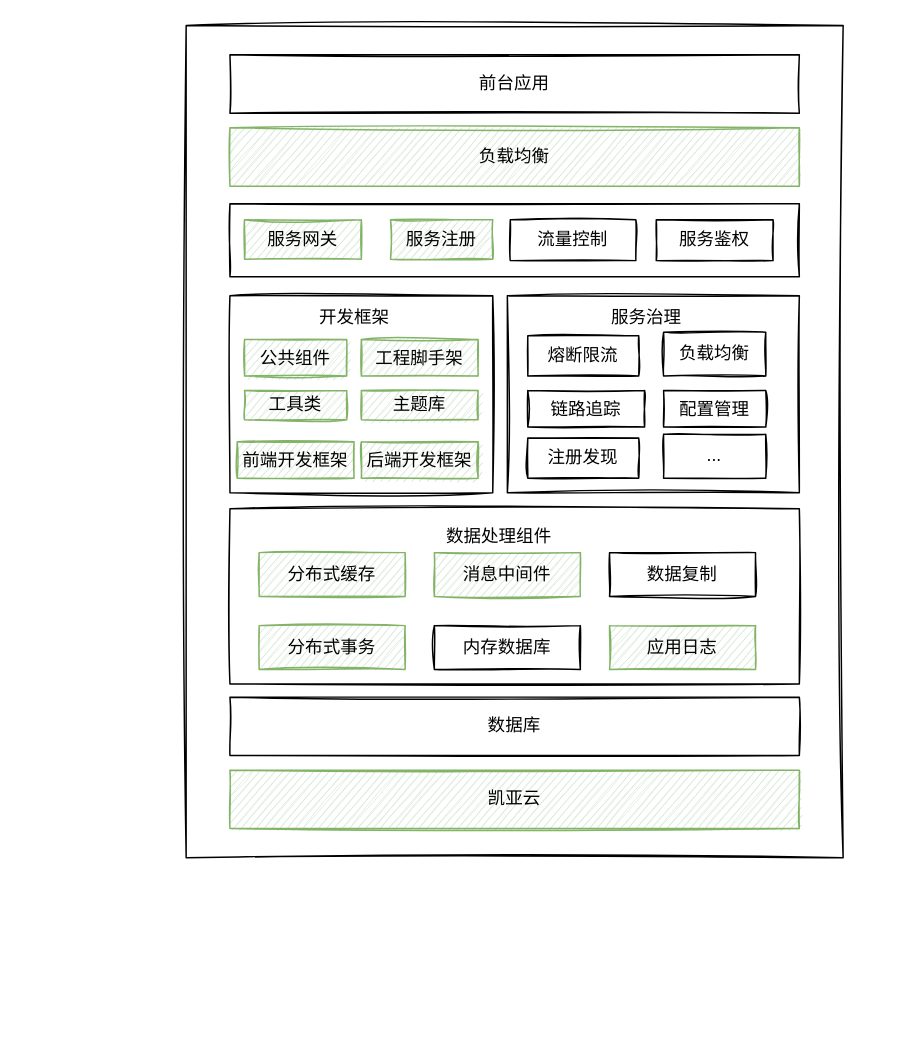
The draw.io diagram page "技术中台" (1 of 3) of 中台能力架构.drawio in huyunzhen/diagrams, before the edit. Source tidied: cells renumbered, new cells numbered last; positions are measured from the earlier drawing's top-left corner, leaving out a move shared by most shapes. Both pictures are drawn from the tidied source at 146%, with x=0, y=0 at pixel (185, 25).
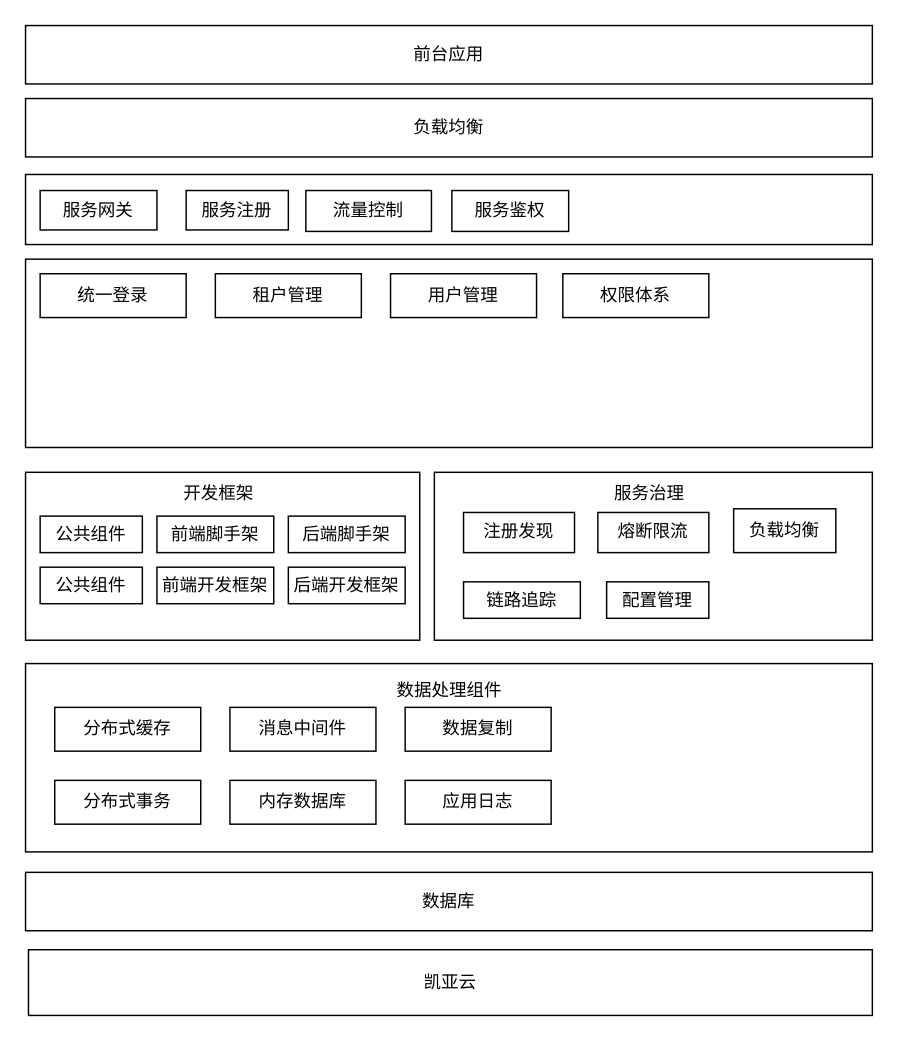
The same diagram, later.

Commit message:
更新中台能力架构.drawio

Diff of the diagram source:
```diff
@@
-    <mxCell id="2" style="rounded=0;whiteSpace=wrap;html=1;sketch=1;hachureGap=4;jiggle=2;fontFamily=Architects Daughter;fontSize=12;" parent="1" vertex="1">
-      <mxGeometry width="450" height="570" as="geometry" />
-    </mxCell>
-    <mxCell id="3" value="前台应用" style="rounded=0;whiteSpace=wrap;html=1;sketch=1;" parent="1" vertex="1">
-      <mxGeometry x="30" y="20" width="390" height="40" as="geometry" />
+    <mxCell id="3" value="前台应用" style="rounded=0;whiteSpace=wrap;html=1;sketch=0;glass=0;labelBackgroundColor=none;" parent="1" vertex="1">
+      <mxGeometry x="-110" width="580" height="40" as="geometry" />
     </mxCell>
-    <mxCell id="4" value="负载均衡" style="rounded=0;whiteSpace=wrap;html=1;sketch=1;fillColor=#d5e8d4;strokeColor=#82b366;" parent="1" vertex="1">
-      <mxGeometry x="30" y="70" width="390" height="40" as="geometry" />
+    <mxCell id="4" value="负载均衡" style="rounded=0;whiteSpace=wrap;html=1;sketch=0;glass=0;labelBackgroundColor=none;" parent="1" vertex="1">
+      <mxGeometry x="-110" y="50" width="580" height="40" as="geometry" />
     </mxCell>
-    <mxCell id="5" style="rounded=0;whiteSpace=wrap;html=1;sketch=1;" parent="1" vertex="1">
-      <mxGeometry x="30" y="122" width="390" height="50" as="geometry" />
+    <mxCell id="5" style="rounded=0;whiteSpace=wrap;html=1;sketch=0;glass=0;labelBackgroundColor=none;" parent="1" vertex="1">
+      <mxGeometry x="-110" y="102" width="580" height="48" as="geometry" />
     </mxCell>
-    <mxCell id="6" value="服务注册" style="rounded=0;whiteSpace=wrap;html=1;sketch=1;fillColor=#d5e8d4;strokeColor=#82b366;" parent="1" vertex="1">
-      <mxGeometry x="140" y="133" width="70" height="27" as="geometry" />
+    <mxCell id="6" value="服务注册" style="rounded=0;whiteSpace=wrap;html=1;sketch=0;glass=0;labelBackgroundColor=none;" parent="1" vertex="1">
+      <mxGeometry y="113" width="70" height="27" as="geometry" />
     </mxCell>
-    <mxCell id="7" value="流量控制" style="rounded=0;whiteSpace=wrap;html=1;sketch=1;" parent="1" vertex="1">
-      <mxGeometry x="222" y="133" width="86" height="28" as="geometry" />
+    <mxCell id="7" value="流量控制" style="rounded=0;whiteSpace=wrap;html=1;sketch=0;glass=0;labelBackgroundColor=none;" parent="1" vertex="1">
+      <mxGeometry x="82" y="113" width="86" height="28" as="geometry" />
     </mxCell>
-    <mxCell id="8" value="服务鉴权" style="rounded=0;whiteSpace=wrap;html=1;sketch=1;" parent="1" vertex="1">
-      <mxGeometry x="322" y="133" width="80" height="28" as="geometry" />
+    <mxCell id="8" value="服务鉴权" style="rounded=0;whiteSpace=wrap;html=1;sketch=0;glass=0;labelBackgroundColor=none;" parent="1" vertex="1">
+      <mxGeometry x="182" y="113" width="80" height="28" as="geometry" />
     </mxCell>
-    <mxCell id="9" style="rounded=0;whiteSpace=wrap;html=1;sketch=1;" parent="1" vertex="1">
-      <mxGeometry x="30" y="185" width="180" height="135" as="geometry" />
+    <mxCell id="9" style="rounded=0;whiteSpace=wrap;html=1;sketch=0;glass=0;labelBackgroundColor=none;" parent="1" vertex="1">
+      <mxGeometry x="-110" y="306" width="270" height="115" as="geometry" />
     </mxCell>
-    <mxCell id="10" value="前端开发框架" style="rounded=0;whiteSpace=wrap;html=1;sketch=1;fillColor=#d5e8d4;strokeColor=#82b366;" parent="1" vertex="1">
-      <mxGeometry x="35" y="285" width="80" height="25" as="geometry" />
+    <mxCell id="10" value="前端开发框架" style="rounded=0;whiteSpace=wrap;html=1;sketch=0;glass=0;labelBackgroundColor=none;" parent="1" vertex="1">
+      <mxGeometry x="-20" y="371" width="80" height="25" as="geometry" />
     </mxCell>
-    <mxCell id="11" value="后端开发框架" style="rounded=0;whiteSpace=wrap;html=1;sketch=1;fillColor=#d5e8d4;strokeColor=#82b366;" parent="1" vertex="1">
-      <mxGeometry x="120" y="285" width="80" height="25" as="geometry" />
+    <mxCell id="11" value="后端开发框架" style="rounded=0;whiteSpace=wrap;html=1;sketch=0;glass=0;labelBackgroundColor=none;" parent="1" vertex="1">
+      <mxGeometry x="70" y="371" width="80" height="25" as="geometry" />
     </mxCell>
-    <mxCell id="12" value="开发框架" style="text;html=1;align=center;verticalAlign=middle;fillColor=none;strokeColor=none;rounded=0;sketch=1;" parent="1" vertex="1">
-      <mxGeometry x="80" y="185" width="70" height="30" as="geometry" />
+    <mxCell id="12" value="开发框架" style="text;html=1;align=center;verticalAlign=middle;rounded=0;sketch=0;glass=0;labelBackgroundColor=none;" parent="1" vertex="1">
+      <mxGeometry x="-13" y="306" width="70" height="30" as="geometry" />
     </mxCell>
-    <mxCell id="13" style="rounded=0;whiteSpace=wrap;html=1;sketch=1;" parent="1" vertex="1">
-      <mxGeometry x="220" y="185" width="200" height="135" as="geometry" />
+    <mxCell id="13" style="rounded=0;whiteSpace=wrap;html=1;sketch=0;glass=0;labelBackgroundColor=none;" parent="1" vertex="1">
+      <mxGeometry x="170" y="306" width="300" height="115" as="geometry" />
     </mxCell>
-    <mxCell id="14" value="熔断限流" style="rounded=0;whiteSpace=wrap;html=1;sketch=1;" parent="1" vertex="1">
-      <mxGeometry x="234" y="212.5" width="76" height="27.5" as="geometry" />
+    <mxCell id="14" value="熔断限流" style="rounded=0;whiteSpace=wrap;html=1;sketch=0;glass=0;labelBackgroundColor=none;" parent="1" vertex="1">
+      <mxGeometry x="282" y="333.5" width="76" height="27.5" as="geometry" />
     </mxCell>
-    <mxCell id="15" value="负载均衡" style="rounded=0;whiteSpace=wrap;html=1;sketch=1;" parent="1" vertex="1">
-      <mxGeometry x="327" y="210" width="70" height="30" as="geometry" />
+    <mxCell id="15" value="负载均衡" style="rounded=0;whiteSpace=wrap;html=1;sketch=0;glass=0;labelBackgroundColor=none;" parent="1" vertex="1">
+      <mxGeometry x="375" y="331" width="70" height="30" as="geometry" />
     </mxCell>
-    <mxCell id="16" value="链路追踪" style="rounded=0;whiteSpace=wrap;html=1;sketch=1;" parent="1" vertex="1">
-      <mxGeometry x="234" y="250" width="80" height="25" as="geometry" />
+    <mxCell id="16" value="链路追踪" style="rounded=0;whiteSpace=wrap;html=1;sketch=0;glass=0;labelBackgroundColor=none;" parent="1" vertex="1">
+      <mxGeometry x="190" y="381" width="80" height="25" as="geometry" />
     </mxCell>
-    <mxCell id="17" value="配置管理" style="rounded=0;whiteSpace=wrap;html=1;sketch=1;" parent="1" vertex="1">
-      <mxGeometry x="327" y="250" width="70" height="25" as="geometry" />
+    <mxCell id="17" value="配置管理" style="rounded=0;whiteSpace=wrap;html=1;sketch=0;glass=0;labelBackgroundColor=none;" parent="1" vertex="1">
+      <mxGeometry x="288" y="381" width="70" height="25" as="geometry" />
     </mxCell>
-    <mxCell id="18" style="rounded=0;whiteSpace=wrap;html=1;sketch=1;" parent="1" vertex="1">
-      <mxGeometry x="30" y="331" width="390" height="120" as="geometry" />
+    <mxCell id="18" style="rounded=0;whiteSpace=wrap;html=1;sketch=0;glass=0;labelBackgroundColor=none;" parent="1" vertex="1">
+      <mxGeometry x="-110" y="437" width="580" height="129" as="geometry" />
     </mxCell>
-    <mxCell id="19" value="数据处理组件" style="text;html=1;align=center;verticalAlign=middle;fillColor=none;strokeColor=none;rounded=0;sketch=1;hachureGap=4;jiggle=2;fontFamily=Architects Daughter;fontSize=12;" parent="1" vertex="1">
-      <mxGeometry x="164" y="336" width="100" height="30" as="geometry" />
+    <mxCell id="19" value="数据处理组件" style="text;html=1;align=center;verticalAlign=middle;rounded=0;sketch=0;hachureGap=4;jiggle=2;fontFamily=Architects Daughter;fontSize=12;glass=0;labelBackgroundColor=none;" parent="1" vertex="1">
+      <mxGeometry x="130" y="442" width="100" height="30" as="geometry" />
     </mxCell>
-    <mxCell id="20" value="分布式缓存" style="rounded=0;whiteSpace=wrap;html=1;sketch=1;fillColor=#d5e8d4;strokeColor=#82b366;" parent="1" vertex="1">
-      <mxGeometry x="50" y="361" width="100" height="30" as="geometry" />
+    <mxCell id="20" value="分布式缓存" style="rounded=0;whiteSpace=wrap;html=1;sketch=0;glass=0;labelBackgroundColor=none;" parent="1" vertex="1">
+      <mxGeometry x="-90" y="467" width="100" height="30" as="geometry" />
     </mxCell>
-    <mxCell id="21" value="消息中间件" style="rounded=0;whiteSpace=wrap;html=1;sketch=1;fillColor=#d5e8d4;strokeColor=#82b366;" parent="1" vertex="1">
-      <mxGeometry x="170" y="361" width="100" height="30" as="geometry" />
+    <mxCell id="21" value="消息中间件" style="rounded=0;whiteSpace=wrap;html=1;sketch=0;glass=0;labelBackgroundColor=none;" parent="1" vertex="1">
+      <mxGeometry x="30" y="467" width="100" height="30" as="geometry" />
     </mxCell>
-    <mxCell id="22" value="数据复制" style="rounded=0;whiteSpace=wrap;html=1;sketch=1;" parent="1" vertex="1">
-      <mxGeometry x="290" y="361" width="100" height="30" as="geometry" />
+    <mxCell id="22" value="数据复制" style="rounded=0;whiteSpace=wrap;html=1;sketch=0;glass=0;labelBackgroundColor=none;" parent="1" vertex="1">
+      <mxGeometry x="150" y="467" width="100" height="30" as="geometry" />
     </mxCell>
-    <mxCell id="23" value="分布式事务" style="rounded=0;whiteSpace=wrap;html=1;sketch=1;fillColor=#d5e8d4;strokeColor=#82b366;" parent="1" vertex="1">
-      <mxGeometry x="50" y="411" width="100" height="30" as="geometry" />
+    <mxCell id="23" value="分布式事务" style="rounded=0;whiteSpace=wrap;html=1;sketch=0;glass=0;labelBackgroundColor=none;" parent="1" vertex="1">
+      <mxGeometry x="-90" y="517" width="100" height="30" as="geometry" />
     </mxCell>
-    <mxCell id="24" value="内存数据库" style="rounded=0;whiteSpace=wrap;html=1;sketch=1;" parent="1" vertex="1">
-      <mxGeometry x="170" y="411" width="100" height="30" as="geometry" />
+    <mxCell id="24" value="内存数据库" style="rounded=0;whiteSpace=wrap;html=1;sketch=0;glass=0;labelBackgroundColor=none;" parent="1" vertex="1">
+      <mxGeometry x="30" y="517" width="100" height="30" as="geometry" />
     </mxCell>
-    <mxCell id="25" value="应用日志" style="rounded=0;whiteSpace=wrap;html=1;sketch=1;fillColor=#d5e8d4;strokeColor=#82b366;" parent="1" vertex="1">
-      <mxGeometry x="290" y="411" width="100" height="30" as="geometry" />
+    <mxCell id="25" value="应用日志" style="rounded=0;whiteSpace=wrap;html=1;sketch=0;glass=0;labelBackgroundColor=none;" parent="1" vertex="1">
+      <mxGeometry x="150" y="517" width="100" height="30" as="geometry" />
     </mxCell>
-    <mxCell id="26" value="服务治理" style="text;html=1;align=center;verticalAlign=middle;fillColor=none;strokeColor=none;rounded=0;sketch=1;" parent="1" vertex="1">
-      <mxGeometry x="280" y="185" width="70" height="30" as="geometry" />
+    <mxCell id="26" value="服务治理" style="text;html=1;align=center;verticalAlign=middle;rounded=0;sketch=0;glass=0;labelBackgroundColor=none;" parent="1" vertex="1">
+      <mxGeometry x="282" y="306" width="70" height="30" as="geometry" />
     </mxCell>
-    <mxCell id="27" value="注册发现" style="rounded=0;whiteSpace=wrap;html=1;sketch=1;" parent="1" vertex="1">
-      <mxGeometry x="234" y="282.5" width="76" height="27.5" as="geometry" />
+    <mxCell id="27" value="注册发现" style="rounded=0;whiteSpace=wrap;html=1;sketch=0;glass=0;labelBackgroundColor=none;" parent="1" vertex="1">
+      <mxGeometry x="190" y="333.5" width="76" height="27.5" as="geometry" />
     </mxCell>
-    <mxCell id="28" value="..." style="rounded=0;whiteSpace=wrap;html=1;sketch=1;" parent="1" vertex="1">
-      <mxGeometry x="327" y="280" width="70" height="30" as="geometry" />
-    </mxCell>
-    <mxCell id="29" value="数据库" style="rounded=0;whiteSpace=wrap;html=1;sketch=1;" parent="1" vertex="1">
-      <mxGeometry x="30" y="460" width="390" height="40" as="geometry" />
+    <mxCell id="29" value="数据库" style="rounded=0;whiteSpace=wrap;html=1;sketch=0;glass=0;labelBackgroundColor=none;" parent="1" vertex="1">
+      <mxGeometry x="-110" y="580" width="580" height="40" as="geometry" />
     </mxCell>
-    <mxCell id="30" value="凯亚云" style="rounded=0;whiteSpace=wrap;html=1;sketch=1;fillColor=#d5e8d4;strokeColor=#82b366;" parent="1" vertex="1">
-      <mxGeometry x="30" y="510" width="390" height="40" as="geometry" />
+    <mxCell id="30" value="凯亚云" style="rounded=0;whiteSpace=wrap;html=1;sketch=0;glass=0;labelBackgroundColor=none;" parent="1" vertex="1">
+      <mxGeometry x="-108" y="633" width="578" height="45" as="geometry" />
     </mxCell>
-    <mxCell id="31" value="服务网关" style="rounded=0;whiteSpace=wrap;html=1;sketch=1;fillColor=#d5e8d4;strokeColor=#82b366;" parent="1" vertex="1">
-      <mxGeometry x="40" y="133" width="80" height="27" as="geometry" />
+    <mxCell id="31" value="服务网关" style="rounded=0;whiteSpace=wrap;html=1;sketch=0;glass=0;labelBackgroundColor=none;" parent="1" vertex="1">
+      <mxGeometry x="-100" y="113" width="80" height="27" as="geometry" />
     </mxCell>
-    <mxCell id="32" value="公共组件" style="rounded=0;whiteSpace=wrap;html=1;sketch=1;fillColor=#d5e8d4;strokeColor=#82b366;" parent="1" vertex="1">
-      <mxGeometry x="40" y="215" width="70" height="25" as="geometry" />
+    <mxCell id="32" value="公共组件" style="rounded=0;whiteSpace=wrap;html=1;sketch=0;glass=0;labelBackgroundColor=none;" parent="1" vertex="1">
+      <mxGeometry x="-100" y="336" width="70" height="25" as="geometry" />
     </mxCell>
-    <mxCell id="33" value="工具类" style="rounded=0;whiteSpace=wrap;html=1;sketch=1;fillColor=#d5e8d4;strokeColor=#82b366;" parent="1" vertex="1">
-      <mxGeometry x="40" y="250" width="70" height="20" as="geometry" />
-    </mxCell>
-    <mxCell id="34" value="工程脚手架" style="rounded=0;whiteSpace=wrap;html=1;sketch=1;fillColor=#d5e8d4;strokeColor=#82b366;" parent="1" vertex="1">
-      <mxGeometry x="120" y="215" width="80" height="25" as="geometry" />
+    <mxCell id="34" value="前端脚手架" style="rounded=0;whiteSpace=wrap;html=1;sketch=0;glass=0;labelBackgroundColor=none;" parent="1" vertex="1">
+      <mxGeometry x="-20" y="336" width="80" height="25" as="geometry" />
     </mxCell>
-    <mxCell id="35" value="主题库" style="rounded=0;whiteSpace=wrap;html=1;sketch=1;fillColor=#d5e8d4;strokeColor=#82b366;" parent="1" vertex="1">
-      <mxGeometry x="120" y="250" width="80" height="20" as="geometry" />
-    </mxCell>
+    <mxCell id="36" value="后端脚手架" style="rounded=0;whiteSpace=wrap;html=1;sketch=0;glass=0;labelBackgroundColor=none;" parent="1" vertex="1">
+      <mxGeometry x="70" y="336" width="80" height="25" as="geometry" />
+    </mxCell>
+    <mxCell id="37" value="公共组件" style="rounded=0;whiteSpace=wrap;html=1;sketch=0;glass=0;labelBackgroundColor=none;" parent="1" vertex="1">
+      <mxGeometry x="-100" y="371" width="70" height="25" as="geometry" />
+    </mxCell>
+    <mxCell id="38" style="rounded=0;whiteSpace=wrap;html=1;sketch=0;glass=0;labelBackgroundColor=none;" parent="1" vertex="1">
+      <mxGeometry x="-110" y="160" width="580" height="129" as="geometry" />
+    </mxCell>
+    <mxCell id="39" value="统一登录" style="rounded=0;whiteSpace=wrap;html=1;sketch=0;glass=0;labelBackgroundColor=none;" parent="1" vertex="1">
+      <mxGeometry x="-100" y="170" width="100" height="30" as="geometry" />
+    </mxCell>
+    <mxCell id="40" value="用户管理" style="rounded=0;whiteSpace=wrap;html=1;sketch=0;glass=0;labelBackgroundColor=none;" parent="1" vertex="1">
+      <mxGeometry x="140" y="170" width="100" height="30" as="geometry" />
+    </mxCell>
+    <mxCell id="41" value="租户管理" style="rounded=0;whiteSpace=wrap;html=1;sketch=0;glass=0;labelBackgroundColor=none;" parent="1" vertex="1">
+      <mxGeometry x="20" y="170" width="100" height="30" as="geometry" />
+    </mxCell>
+    <mxCell id="42" value="权限体系" style="rounded=0;whiteSpace=wrap;html=1;sketch=0;glass=0;labelBackgroundColor=none;" parent="1" vertex="1">
+      <mxGeometry x="258" y="170" width="100" height="30" as="geometry" />
+    </mxCell>
```
